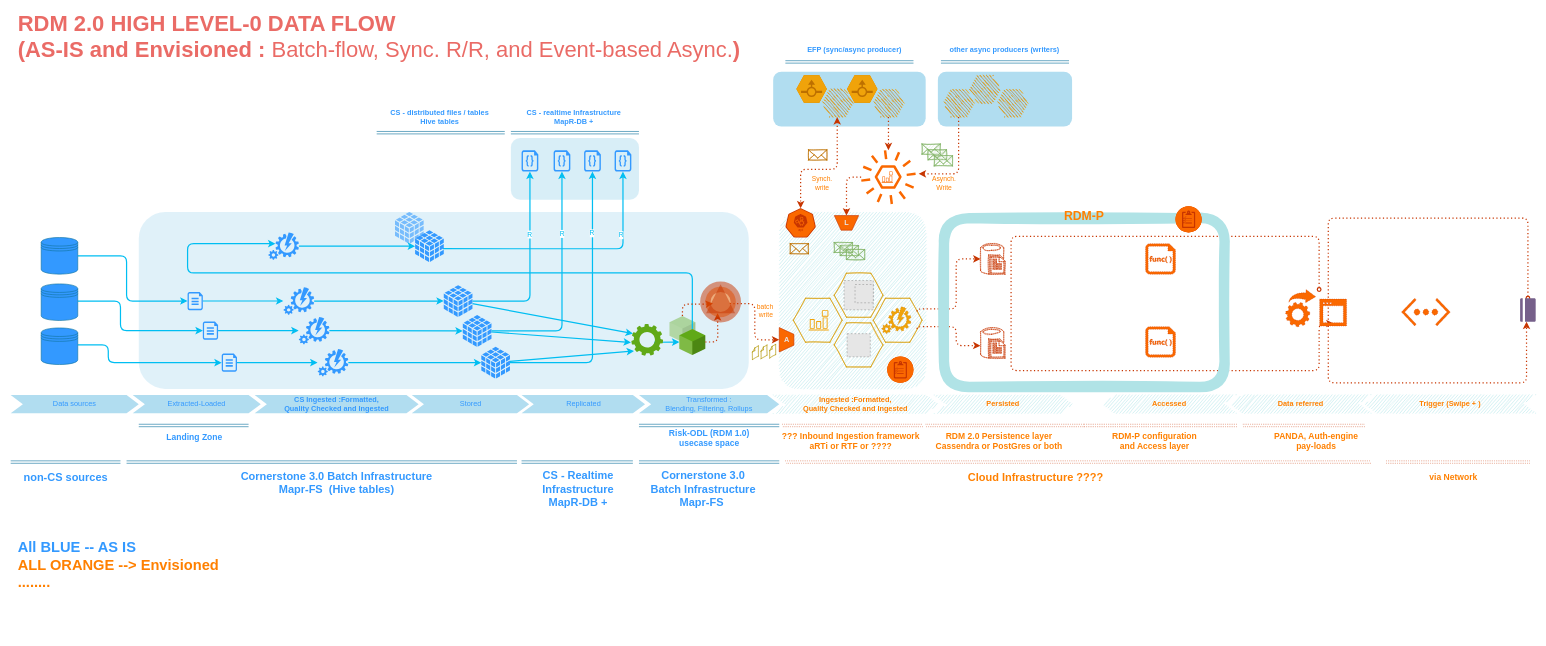
Above: Dataflow.drawio in gaurjain/drawio (draw.io), before the change. Source tidied: cells renumbered, new cells numbered last; positions are measured from the earlier drawing's top-left corner, leaving out a move shared by most shapes. Both pictures are drawn from the tidied source at 61%, with x=0, y=0 at pixel (10, 23). Pictures stored in the file or linked from it are replaced by grey dashed boxes.
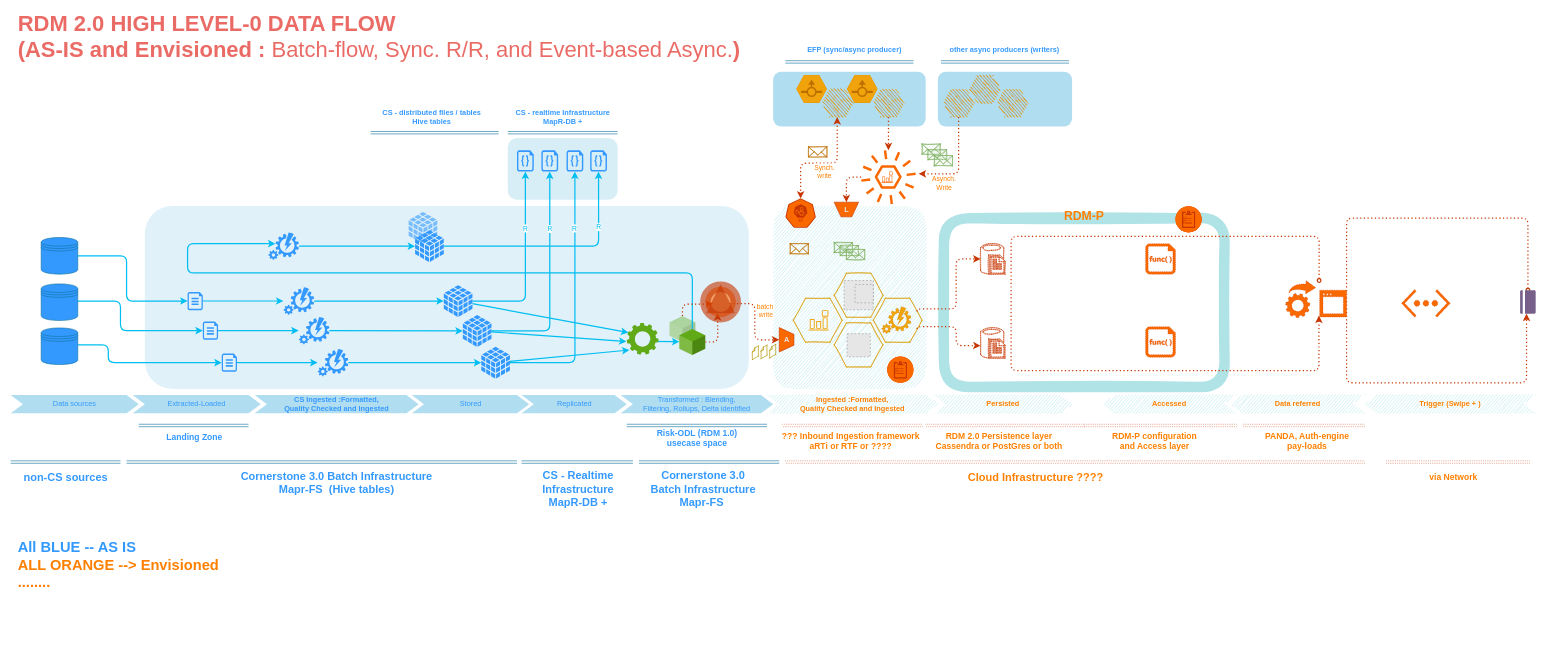
Above is the later version.

Unchanged cells that the change refers to:
```xml
<mxCell id="30" style="rounded=1;sketch=0;jettySize=auto;html=1;shadow=0;strokeWidth=2;entryX=0.5;entryY=1;entryDx=0;entryDy=0;entryPerimeter=0;fillColor=#1ba1e2;strokeColor=#00BEF2;edgeStyle=orthogonalEdgeStyle;" parent="1" edge="1" source="32" target="49">
  <mxGeometry relative="1" as="geometry" />
</mxCell>
<mxCell id="36" style="shadow=0;dashed=0;html=1;labelPosition=center;verticalLabelPosition=bottom;verticalAlign=top;outlineConnect=0;align=center;shape=mxgraph.office.databases.database_cube;fontColor=#ffffff;strokeColor=none;fillColor=#3399FF;" parent="1" vertex="1">
  <mxGeometry x="663" y="340" width="47" height="52" as="geometry" />
</mxCell>
<mxCell id="38" style="verticalLabelPosition=bottom;html=1;verticalAlign=top;align=center;shape=mxgraph.azure.automation;fontColor=#ffffff;strokeColor=none;fillColor=#3399FF;" parent="1" vertex="1">
  <mxGeometry x="422.5" y="343.5" width="50" height="45" as="geometry" />
</mxCell>
<mxCell id="52" style="rounded=1;jettySize=auto;html=1;strokeWidth=2;entryX=0.5;entryY=1;entryDx=0;entryDy=0;entryPerimeter=0;fillColor=#1ba1e2;strokeColor=#00BEF2;edgeStyle=orthogonalEdgeStyle;" parent="1" edge="1" source="28" target="51">
  <mxGeometry relative="1" as="geometry" />
</mxCell>
<mxCell id="54" style="rounded=1;sketch=0;jettySize=auto;html=1;shadow=0;strokeWidth=2;entryX=0.5;entryY=1;entryDx=0;entryDy=0;entryPerimeter=0;fillColor=#1ba1e2;strokeColor=#00BEF2;edgeStyle=orthogonalEdgeStyle;" parent="1" edge="1" source="33" target="50">
  <mxGeometry relative="1" as="geometry" />
</mxCell>
<mxCell id="101" style="verticalLabelPosition=bottom;html=1;fillColor=#f0a30a;verticalAlign=top;align=center;points=[[0,0.5,0],[0.125,0.25,0],[0.25,0,0],[0.5,0,0],[0.75,0,0],[0.875,0.25,0],[1,0.5,0],[0.875,0.75,0],[0.75,1,0],[0.5,1,0],[0.125,0.75,0]];shape=mxgraph.cisco_safe.compositeIcon;bgIcon=mxgraph.cisco_safe.design.blank_device;resIcon=mxgraph.cisco_safe.design.flow_sensor_2;sketch=1;flipV=1;strokeColor=#BD7000;fontColor=#ffffff;" parent="1" vertex="1">
  <mxGeometry x="1330" y="109.4" width="50" height="45" as="geometry" />
</mxCell>
```

Change to the diagram source:
```diff
@@
+    <mxCell id="153" value="&lt;b style=&quot;font-size: 20px&quot;&gt;&lt;font style=&quot;font-size: 20px&quot;&gt;RDM-P&lt;br&gt;&lt;br&gt;&lt;br&gt;&lt;br&gt;&lt;br&gt;&lt;br&gt;&lt;br&gt;&lt;br&gt;&lt;br&gt;&lt;br&gt;&lt;br&gt;&lt;br&gt;&lt;br&gt;&lt;/font&gt;&lt;/b&gt;" style="rounded=1;whiteSpace=wrap;html=1;sketch=1;strokeWidth=17;fillColor=none;fontColor=#FF8000;strokeColor=#B0E3E6;" parent="1" vertex="1">
+      <mxGeometry x="1530" y="320" width="460" height="277" as="geometry" />
+    </mxCell>
     <mxCell id="2" style="rounded=1;whiteSpace=wrap;html=1;sketch=0;fillColor=#b1ddf0;strokeColor=none;opacity=40;" parent="1" vertex="1">
-      <mxGeometry x="210" y="310" width="1000" height="290" as="geometry" />
+      <mxGeometry x="220" y="300" width="990" height="300" as="geometry" />
     </mxCell>
     <mxCell id="3" style="rounded=1;whiteSpace=wrap;html=1;sketch=1;fillColor=#b0e3e6;strokeColor=none;" parent="1" vertex="1">
-      <mxGeometry x="1260" y="310" width="240" height="290" as="geometry" />
+      <mxGeometry x="1250" y="300" width="250" height="300" as="geometry" />
     </mxCell>
@@
     <mxCell id="5" style="shadow=0;dashed=0;html=1;labelPosition=center;verticalLabelPosition=bottom;verticalAlign=top;align=center;shape=mxgraph.office.databases.database_cube;fontColor=#ffffff;strokeColor=none;fillColor=#3399FF;opacity=60;" parent="1" vertex="1">
-      <mxGeometry x="630" y="310" width="47" height="52" as="geometry" />
+      <mxGeometry x="652.4" y="310" width="47" height="52" as="geometry" />
     </mxCell>
@@
     <mxCell id="9" style="rounded=1;whiteSpace=wrap;html=1;sketch=0;fillColor=#b1ddf0;strokeColor=none;opacity=50;" parent="1" vertex="1">
-      <mxGeometry x="820" y="188.9" width="210" height="101.1" as="geometry" />
+      <mxGeometry x="815" y="188.9" width="180" height="101.1" as="geometry" />
     </mxCell>
@@
-    <mxCell id="17" value="&lt;span&gt;Transformed : &lt;br&gt;Blending, Filtering, Rollups&lt;/span&gt;" style="shape=step;perimeter=stepPerimeter;whiteSpace=wrap;html=1;fixedSize=1;fillColor=#b1ddf0;strokeColor=none;fontStyle=0;fontColor=#3399FF;" parent="1" vertex="1">
-      <mxGeometry x="1030" y="610" width="230" height="30" as="geometry" />
+    <mxCell id="17" value="&lt;span&gt;Transformed : Blending, &lt;br&gt;Filtering, Rollups, Delta identified&lt;/span&gt;" style="shape=step;perimeter=stepPerimeter;whiteSpace=wrap;html=1;fixedSize=1;fillColor=#b1ddf0;strokeColor=none;fontStyle=0;fontColor=#3399FF;" parent="1" vertex="1">
+      <mxGeometry x="1000" y="610" width="250" height="30" as="geometry" />
     </mxCell>
@@
     <mxCell id="31" value="R" style="edgeLabel;html=1;align=center;verticalAlign=middle;fontColor=#00BEF2;" parent="30" vertex="1">
-      <mxGeometry x="0.33" y="1" relative="1" as="geometry" />
+      <mxGeometry x="0.33" y="1" relative="1" as="geometry">
+        <mxPoint x="1" y="-7.5" as="offset" />
+      </mxGeometry>
     </mxCell>
@@
-    <mxCell id="34" style="rounded=1;sketch=0;jettySize=auto;html=1;shadow=0;strokeWidth=2;entryX=0.5;entryY=1;entryDx=0;entryDy=0;entryPerimeter=0;fillColor=#1ba1e2;strokeColor=#00BEF2;exitX=0.968;exitY=0.582;exitDx=0;exitDy=0;exitPerimeter=0;edgeStyle=orthogonalEdgeStyle;" parent="1" edge="1" source="36" target="48">
+    <mxCell id="34" style="rounded=1;sketch=0;jettySize=auto;html=1;shadow=0;strokeWidth=2;entryX=0.5;entryY=1;entryDx=0;entryDy=0;entryPerimeter=0;fillColor=#1ba1e2;strokeColor=#00BEF2;edgeStyle=orthogonalEdgeStyle;" parent="1" edge="1" source="36" target="48">
       <mxGeometry relative="1" as="geometry" />
     </mxCell>
     <mxCell id="35" value="R" style="edgeLabel;html=1;align=center;verticalAlign=middle;fontColor=#00BEF2;" parent="34" vertex="1">
-      <mxGeometry x="0.51" y="3" relative="1" as="geometry" />
+      <mxGeometry x="0.51" y="3" relative="1" as="geometry">
+        <mxPoint x="3" y="-0.9" as="offset" />
+      </mxGeometry>
     </mxCell>
@@
-    <mxCell id="37" style="rounded=0;jettySize=auto;html=1;strokeWidth=2;fillColor=#1ba1e2;strokeColor=#00BEF2;" parent="1" edge="1" source="38" target="36">
-      <mxGeometry relative="1" as="geometry" />
-    </mxCell>
@@
     <mxCell id="41" style="shape=link;html=1;fillColor=#b1ddf0;strokeColor=#10739e;fontColor=#3399FF;fontStyle=0;fontSize=14;" parent="1" edge="1">
       <mxGeometry relative="1" as="geometry">
-        <mxPoint x="1030" y="660" as="sourcePoint" />
-        <mxPoint x="1260" y="660" as="targetPoint" />
+        <mxPoint x="1010" y="660" as="sourcePoint" />
+        <mxPoint x="1240" y="660" as="targetPoint" />
       </mxGeometry>
     </mxCell>
     <mxCell id="42" value="Risk-ODL (RDM 1.0)&lt;br style=&quot;font-size: 14px&quot;&gt;usecase space" style="text;html=1;align=center;verticalAlign=middle;fontStyle=1;fontColor=#3399FF;fontSize=14;" parent="1" vertex="1">
-      <mxGeometry x="1070" y="660" width="150" height="40" as="geometry" />
+      <mxGeometry x="1050" y="660" width="150" height="40" as="geometry" />
     </mxCell>
@@
     <mxCell id="44" style="html=1;shadow=0;align=center;verticalAlign=top;fillColor=#60a917;shape=mxgraph.gcp2.gear;fontColor=#ffffff;strokeColor=none;" parent="1" vertex="1">
-      <mxGeometry x="1017.5" y="493.5" width="52" height="52" as="geometry" />
+      <mxGeometry x="1010" y="491.9" width="52" height="52" as="geometry" />
     </mxCell>
@@
     <mxCell id="47" value="Replicated" style="shape=step;perimeter=stepPerimeter;whiteSpace=wrap;html=1;fixedSize=1;fillColor=#b1ddf0;strokeColor=none;fontColor=#3399FF;fontStyle=0;" parent="1" vertex="1">
-      <mxGeometry x="837.5" y="610" width="202.5" height="30" as="geometry" />
+      <mxGeometry x="837.5" y="610" width="172.5" height="30" as="geometry" />
     </mxCell>
     <mxCell id="48" style="verticalLabelPosition=bottom;html=1;verticalAlign=top;align=center;shape=mxgraph.azure.code_file;fontColor=#ffffff;strokeColor=none;fillColor=#3399FF;" parent="1" vertex="1">
-      <mxGeometry x="990" y="208.8" width="27.5" height="35" as="geometry" />
+      <mxGeometry x="950" y="208.8" width="27.5" height="35" as="geometry" />
     </mxCell>
     <mxCell id="49" style="verticalLabelPosition=bottom;html=1;verticalAlign=top;align=center;shape=mxgraph.azure.code_file;fontColor=#ffffff;strokeColor=none;fillColor=#3399FF;" parent="1" vertex="1">
-      <mxGeometry x="837.5" y="208.8" width="27.5" height="35" as="geometry" />
+      <mxGeometry x="830" y="208.8" width="27.5" height="35" as="geometry" />
     </mxCell>
     <mxCell id="50" style="verticalLabelPosition=bottom;html=1;verticalAlign=top;align=center;shape=mxgraph.azure.code_file;fontColor=#ffffff;strokeColor=none;fillColor=#3399FF;" parent="1" vertex="1">
-      <mxGeometry x="890" y="208.8" width="27.5" height="35" as="geometry" />
+      <mxGeometry x="870" y="208.8" width="27.5" height="35" as="geometry" />
     </mxCell>
     <mxCell id="51" style="verticalLabelPosition=bottom;html=1;verticalAlign=top;align=center;shape=mxgraph.azure.code_file;fontColor=#ffffff;strokeColor=none;fillColor=#3399FF;" parent="1" vertex="1">
-      <mxGeometry x="940" y="208.8" width="27.5" height="35" as="geometry" />
+      <mxGeometry x="911.2" y="208.8" width="27.5" height="35" as="geometry" />
     </mxCell>
@@
     <mxCell id="53" value="R" style="edgeLabel;html=1;align=center;verticalAlign=middle;fontColor=#00BEF2;" parent="52" vertex="1">
-      <mxGeometry x="0.55" y="1" relative="1" as="geometry" />
+      <mxGeometry x="0.55" y="1" relative="1" as="geometry">
+        <mxPoint x="-0.2" y="-2.2" as="offset" />
+      </mxGeometry>
     </mxCell>
@@
     <mxCell id="55" value="R" style="edgeLabel;html=1;align=center;verticalAlign=middle;fontColor=#00BEF2;" parent="54" vertex="1">
-      <mxGeometry x="0.46" relative="1" as="geometry" />
+      <mxGeometry x="0.46" relative="1" as="geometry">
+        <mxPoint y="-3.2" as="offset" />
+      </mxGeometry>
     </mxCell>
@@
     <mxCell id="58" value="Ingested :Formatted, &lt;br&gt;Quality Checked and Ingested" style="shape=step;perimeter=stepPerimeter;whiteSpace=wrap;html=1;fixedSize=1;fillColor=#b0e3e6;fontStyle=1;dashed=1;dashPattern=1 2;sketch=1;strokeColor=none;fontColor=#FF8000;" parent="1" vertex="1">
-      <mxGeometry x="1250" y="610" width="270" height="30" as="geometry" />
+      <mxGeometry x="1240" y="610" width="280" height="30" as="geometry" />
     </mxCell>
@@
     <mxCell id="64" style="shape=link;html=1;fillColor=#b1ddf0;strokeColor=#10739e;fontColor=#3399FF;" parent="1" edge="1">
       <mxGeometry relative="1" as="geometry">
-        <mxPoint x="820" y="180" as="sourcePoint" />
-        <mxPoint x="1030" y="180" as="targetPoint" />
+        <mxPoint x="815" y="180" as="sourcePoint" />
+        <mxPoint x="995" y="180" as="targetPoint" />
       </mxGeometry>
     </mxCell>
     <mxCell id="65" value="CS - realtime Infrastructure&lt;br&gt;MapR-DB +" style="text;html=1;align=center;verticalAlign=middle;fontStyle=1;fontColor=#3399FF;" parent="1" vertex="1">
-      <mxGeometry x="837.5" y="140" width="170" height="30" as="geometry" />
+      <mxGeometry x="820" y="140" width="170" height="30" as="geometry" />
     </mxCell>
@@
     <mxCell id="69" style="shape=link;html=1;fillColor=#fa6800;strokeColor=#C73500;fontColor=#3399FF;dashed=1;dashPattern=1 2;fontSize=18;" parent="1" edge="1">
       <mxGeometry relative="1" as="geometry">
         <mxPoint x="1270" y="720" as="sourcePoint" />
-        <mxPoint x="2230" y="720" as="targetPoint" />
+        <mxPoint x="2220" y="720" as="targetPoint" />
       </mxGeometry>
     </mxCell>
@@
     <mxCell id="81" style="shape=link;html=1;fillColor=#b1ddf0;strokeColor=#10739e;fontColor=#3399FF;" parent="1" edge="1">
       <mxGeometry relative="1" as="geometry">
-        <mxPoint x="600" y="180" as="sourcePoint" />
-        <mxPoint x="810" y="180" as="targetPoint" />
+        <mxPoint x="590" y="180" as="sourcePoint" />
+        <mxPoint x="800" y="180" as="targetPoint" />
       </mxGeometry>
     </mxCell>
     <mxCell id="82" value="CS - distributed files / tables&lt;br&gt;Hive tables" style="text;html=1;align=center;verticalAlign=middle;fontStyle=1;fontColor=#3399FF;" parent="1" vertex="1">
-      <mxGeometry x="613.2" y="140" width="180" height="30" as="geometry" />
+      <mxGeometry x="600" y="140" width="180" height="30" as="geometry" />
     </mxCell>
@@
     <mxCell id="86" value="Data referred" style="shape=step;perimeter=stepPerimeter;whiteSpace=wrap;html=1;fixedSize=1;fillColor=#b0e3e6;fontStyle=1;dashed=1;dashPattern=1 2;sketch=1;strokeColor=none;fontColor=#FF8000;direction=west;" parent="1" vertex="1">
-      <mxGeometry x="2000" y="610" width="230" height="30" as="geometry" />
+      <mxGeometry x="2000" y="610" width="220" height="30" as="geometry" />
     </mxCell>
@@
     <mxCell id="90" value="PANDA, Auth-engine &lt;br&gt;pay-loads" style="text;html=1;align=center;verticalAlign=middle;fontColor=#FF8000;fontStyle=1;fontSize=14;" parent="1" vertex="1">
-      <mxGeometry x="2065" y="665" width="150" height="40" as="geometry" />
+      <mxGeometry x="2050" y="665" width="150" height="40" as="geometry" />
     </mxCell>
@@
-    <mxCell id="92" style="edgeStyle=orthogonalEdgeStyle;rounded=1;sketch=0;orthogonalLoop=1;jettySize=auto;html=1;shadow=0;dashed=1;dashPattern=1 2;labelBackgroundColor=none;strokeColor=#C73500;strokeWidth=2;fontColor=#FF8000;fillColor=#fa6800;startArrow=oval;startFill=0;entryX=0.787;entryY=0.913;entryDx=0;entryDy=0;entryPerimeter=0;" parent="1" edge="1" source="96" target="96">
+    <mxCell id="92" style="edgeStyle=orthogonalEdgeStyle;rounded=1;sketch=0;orthogonalLoop=1;jettySize=auto;html=1;shadow=0;dashed=1;dashPattern=1 2;labelBackgroundColor=none;strokeColor=#C73500;strokeWidth=2;fontColor=#FF8000;fillColor=#fa6800;startArrow=oval;startFill=0;entryX=0.547;entryY=0.941;entryDx=0;entryDy=0;entryPerimeter=0;" parent="1" edge="1" source="96" target="96">
       <mxGeometry relative="1" as="geometry">
         <Array as="points">
           <mxPoint x="2145" y="350" />
           <mxPoint x="1640" y="350" />
           <mxPoint x="1640" y="570" />
           <mxPoint x="2145" y="570" />
-          <mxPoint x="2145" y="493" />
         </Array>
       </mxGeometry>
     </mxCell>
@@
     <mxCell id="95" style="edgeStyle=orthogonalEdgeStyle;rounded=1;sketch=0;orthogonalLoop=1;jettySize=auto;html=1;shadow=0;dashed=1;dashPattern=1 2;labelBackgroundColor=none;strokeColor=#C73500;strokeWidth=2;fontColor=#FF8000;fillColor=#fa6800;startArrow=oval;startFill=0;fontStyle=1;" parent="1" edge="1" source="155" target="155">
       <mxGeometry relative="1" as="geometry">
         <Array as="points">
           <mxPoint x="2487" y="320" />
-          <mxPoint x="2160" y="320" />
-          <mxPoint x="2160" y="590" />
+          <mxPoint x="2190" y="320" />
+          <mxPoint x="2190" y="590" />
           <mxPoint x="2485" y="590" />
         </Array>
       </mxGeometry>
     </mxCell>
     <mxCell id="96" style="html=1;strokeColor=#C73500;shadow=0;align=center;verticalAlign=top;fillColor=#fa6800;shape=mxgraph.gcp2.gear_arrow;dashed=1;dashPattern=1 2;labelBackgroundColor=none;sketch=0;fontColor=#ffffff;" parent="1" vertex="1">
-      <mxGeometry x="2090" y="437.1" width="100" height="61" as="geometry" />
+      <mxGeometry x="2090" y="422.4" width="100" height="61" as="geometry" />
     </mxCell>
     <mxCell id="97" style="verticalLabelPosition=bottom;html=1;verticalAlign=top;align=center;fillColor=#fa6800;shape=mxgraph.azure.virtual_network;dashed=1;dashPattern=1 2;labelBackgroundColor=none;sketch=0;fontSize=18;fontColor=#ffffff;strokeColor=#C73500;" parent="1" vertex="1">
-      <mxGeometry x="2280" y="451.4" width="80" height="45.5" as="geometry" />
+      <mxGeometry x="2280" y="437" width="80" height="45.5" as="geometry" />
     </mxCell>
@@
     <mxCell id="105" style="html=1;dashed=0;whitespace=wrap;points=[[0.005,0.63,0],[0.1,0.2,0],[0.9,0.2,0],[0.5,0,0],[0.995,0.63,0],[0.72,0.99,0],[0.5,1,0],[0.28,0.99,0]];shape=mxgraph.kubernetes.icon;prIcon=api;sketch=0;fontColor=#ffffff;strokeColor=#C73500;fillColor=#fa6800;" parent="1" vertex="1">
-      <mxGeometry x="1270" y="303.9" width="50" height="48" as="geometry" />
+      <mxGeometry x="1270" y="287.9" width="50" height="48" as="geometry" />
     </mxCell>
     <mxCell id="106" style="edgeStyle=orthogonalEdgeStyle;rounded=1;jettySize=auto;html=1;dashed=1;dashPattern=1 2;fillColor=#fa6800;strokeColor=#C73500;strokeWidth=2;entryX=0.5;entryY=0;entryDx=0;entryDy=0;entryPerimeter=0;startArrow=classic;startFill=1;exitX=0.5;exitY=0;exitDx=0;exitDy=0;exitPerimeter=0;" parent="1" edge="1" source="101" target="105">
       <mxGeometry relative="1" as="geometry">
         <Array as="points">
-          <mxPoint x="1355" y="240" />
-          <mxPoint x="1295" y="240" />
+          <mxPoint x="1355" y="230" />
+          <mxPoint x="1295" y="230" />
         </Array>
       </mxGeometry>
     </mxCell>
     <mxCell id="107" value="Synch.&lt;br&gt;write" style="edgeLabel;html=1;align=center;verticalAlign=middle;fontColor=#FF8000;" parent="106" vertex="1">
       <mxGeometry x="0.07" y="-2" relative="1" as="geometry">
-        <mxPoint x="0.4" y="24.2" as="offset" />
+        <mxPoint x="6.6" y="15.8" as="offset" />
       </mxGeometry>
     </mxCell>
     <mxCell id="108" style="html=1;verticalLabelPosition=bottom;align=center;labelBackgroundColor=#ffffff;verticalAlign=top;strokeWidth=1;shadow=0;dashed=0;shape=mxgraph.ios7.icons.mail;sketch=1;fontColor=#ffffff;strokeColor=#BD7000;fillColor=none;" parent="1" vertex="1">
-      <mxGeometry x="1308" y="208.2" width="30" height="16.5" as="geometry" />
+      <mxGeometry x="1308" y="203.2" width="30" height="16.5" as="geometry" />
     </mxCell>
@@
-    <mxCell id="110" style="html=1;verticalLabelPosition=bottom;align=center;labelBackgroundColor=#ffffff;verticalAlign=top;strokeWidth=1;shadow=0;dashed=0;shape=mxgraph.ios7.icons.mail;sketch=1;strokeColor=#82b366;fillColor=#d5e8d4;" parent="1" vertex="1">
-      <mxGeometry x="1494" y="198.6" width="30" height="16.5" as="geometry" />
-    </mxCell>
@@
-    <mxCell id="129" style="html=1;verticalLabelPosition=bottom;align=center;labelBackgroundColor=#ffffff;verticalAlign=top;strokeWidth=1;shadow=0;dashed=0;shape=mxgraph.ios7.icons.mail;sketch=1;strokeColor=#82b366;fillColor=#d5e8d4;" parent="1" vertex="1">
-      <mxGeometry x="1504" y="207.9" width="30" height="16.5" as="geometry" />
-    </mxCell>
@@
-    <mxCell id="131" style="html=1;verticalLabelPosition=bottom;align=center;labelBackgroundColor=#ffffff;verticalAlign=top;strokeWidth=1;shadow=0;dashed=0;shape=mxgraph.ios7.icons.mail;sketch=1;strokeColor=#82b366;fillColor=#d5e8d4;" parent="1" vertex="1">
-      <mxGeometry x="1514" y="217.9" width="30" height="16.5" as="geometry" />
-    </mxCell>
@@
     <mxCell id="140" value="&lt;b&gt;&lt;font style=&quot;font-size: 12px&quot;&gt;L&lt;/font&gt;&lt;/b&gt;" style="strokeWidth=1;outlineConnect=0;dashed=0;align=center;html=1;fontSize=8;shape=mxgraph.eip.channel_adapter;shadow=0;sketch=0;direction=south;strokeColor=#C73500;fillColor=#fa6800;fontColor=#E6E6E6;" parent="1" vertex="1">
-      <mxGeometry x="1350.2" y="315.9" width="40" height="24" as="geometry" />
+      <mxGeometry x="1350" y="294" width="40" height="24" as="geometry" />
     </mxCell>
@@
-    <mxCell id="151" style="verticalLabelPosition=bottom;shadow=0;dashed=0;align=center;html=1;verticalAlign=top;shape=mxgraph.electrical.abstract.delta;strokeColor=#C73500;strokeWidth=17;fillColor=#fa6800;fontColor=#ffffff;opacity=50;" parent="1" vertex="1">
+    <mxCell id="151" style="verticalLabelPosition=bottom;shadow=0;dashed=0;align=center;html=1;verticalAlign=top;shape=mxgraph.electrical.abstract.delta;strokeColor=#C73500;strokeWidth=17;fillColor=#fa6800;fontColor=#ffffff;opacity=60;" parent="1" vertex="1">
       <mxGeometry x="1138.8" y="432.5" width="50" height="50" as="geometry" />
     </mxCell>
@@
-    <mxCell id="153" value="&lt;b style=&quot;font-size: 20px&quot;&gt;&lt;font style=&quot;font-size: 20px&quot;&gt;RDM-P&lt;br&gt;&lt;br&gt;&lt;br&gt;&lt;br&gt;&lt;br&gt;&lt;br&gt;&lt;br&gt;&lt;br&gt;&lt;br&gt;&lt;br&gt;&lt;br&gt;&lt;br&gt;&lt;br&gt;&lt;/font&gt;&lt;/b&gt;" style="rounded=1;whiteSpace=wrap;html=1;sketch=1;strokeWidth=17;fillColor=none;fontColor=#FF8000;strokeColor=#B0E3E6;" parent="1" vertex="1">
-      <mxGeometry x="1530" y="320" width="460" height="277" as="geometry" />
-    </mxCell>
@@
     <mxCell id="155" style="shadow=0;dashed=0;html=1;fillColor=#76608a;labelPosition=center;verticalLabelPosition=bottom;verticalAlign=top;outlineConnect=0;align=center;shape=mxgraph.office.concepts.credit_card;dashPattern=1 2;labelBackgroundColor=none;sketch=0;fontSize=18;fontColor=#ffffff;direction=north;strokeColor=none;" parent="1" vertex="1">
-      <mxGeometry x="2474.5" y="451.4" width="25.5" height="38.5" as="geometry" />
+      <mxGeometry x="2474.5" y="438.2" width="25.5" height="38.5" as="geometry" />
     </mxCell>
+    <mxCell id="37" style="rounded=0;jettySize=auto;html=1;strokeWidth=2;fillColor=#1ba1e2;strokeColor=#00BEF2;" parent="1" edge="1" source="38" target="36">
+      <mxGeometry relative="1" as="geometry" />
+    </mxCell>
+    <mxCell id="156" style="group;" parent="1" vertex="1">
+      <mxGeometry x="1494" y="198.6" width="50" height="35.8" as="geometry" />
+    </mxCell>
+    <mxCell id="110" style="html=1;verticalLabelPosition=bottom;align=center;labelBackgroundColor=#ffffff;verticalAlign=top;strokeWidth=1;shadow=0;dashed=0;shape=mxgraph.ios7.icons.mail;sketch=1;strokeColor=#82b366;fillColor=#d5e8d4;" parent="156" vertex="1">
+      <mxGeometry width="30" height="16.5" as="geometry" />
+    </mxCell>
+    <mxCell id="129" style="html=1;verticalLabelPosition=bottom;align=center;labelBackgroundColor=#ffffff;verticalAlign=top;strokeWidth=1;shadow=0;dashed=0;shape=mxgraph.ios7.icons.mail;sketch=1;strokeColor=#82b366;fillColor=#d5e8d4;" parent="156" vertex="1">
+      <mxGeometry x="10" y="9.2" width="30" height="16.5" as="geometry" />
+    </mxCell>
+    <mxCell id="131" style="html=1;verticalLabelPosition=bottom;align=center;labelBackgroundColor=#ffffff;verticalAlign=top;strokeWidth=1;shadow=0;dashed=0;shape=mxgraph.ios7.icons.mail;sketch=1;strokeColor=#82b366;fillColor=#d5e8d4;" parent="156" vertex="1">
+      <mxGeometry x="20" y="19.2" width="30" height="16.5" as="geometry" />
+    </mxCell>
```
